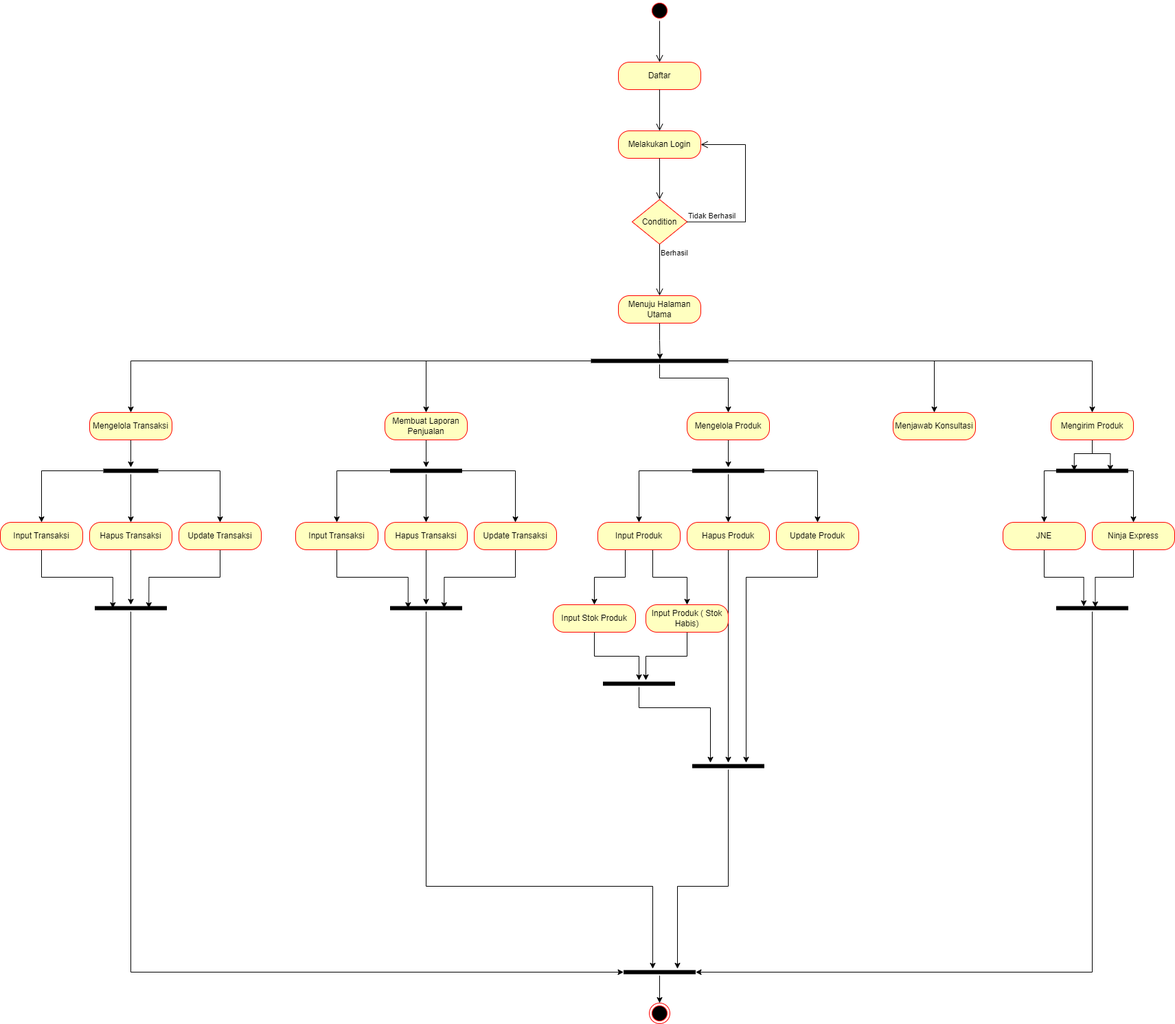
This is screenshot/Activity Diagram Admin.png from DONIHSAN/Project-RPL, a draw.io export, as it was before one commit. Source tidied: cells renumbered, new cells last; positions are measured from the earlier drawing's top-left corner, leaving out a move shared by most shapes.
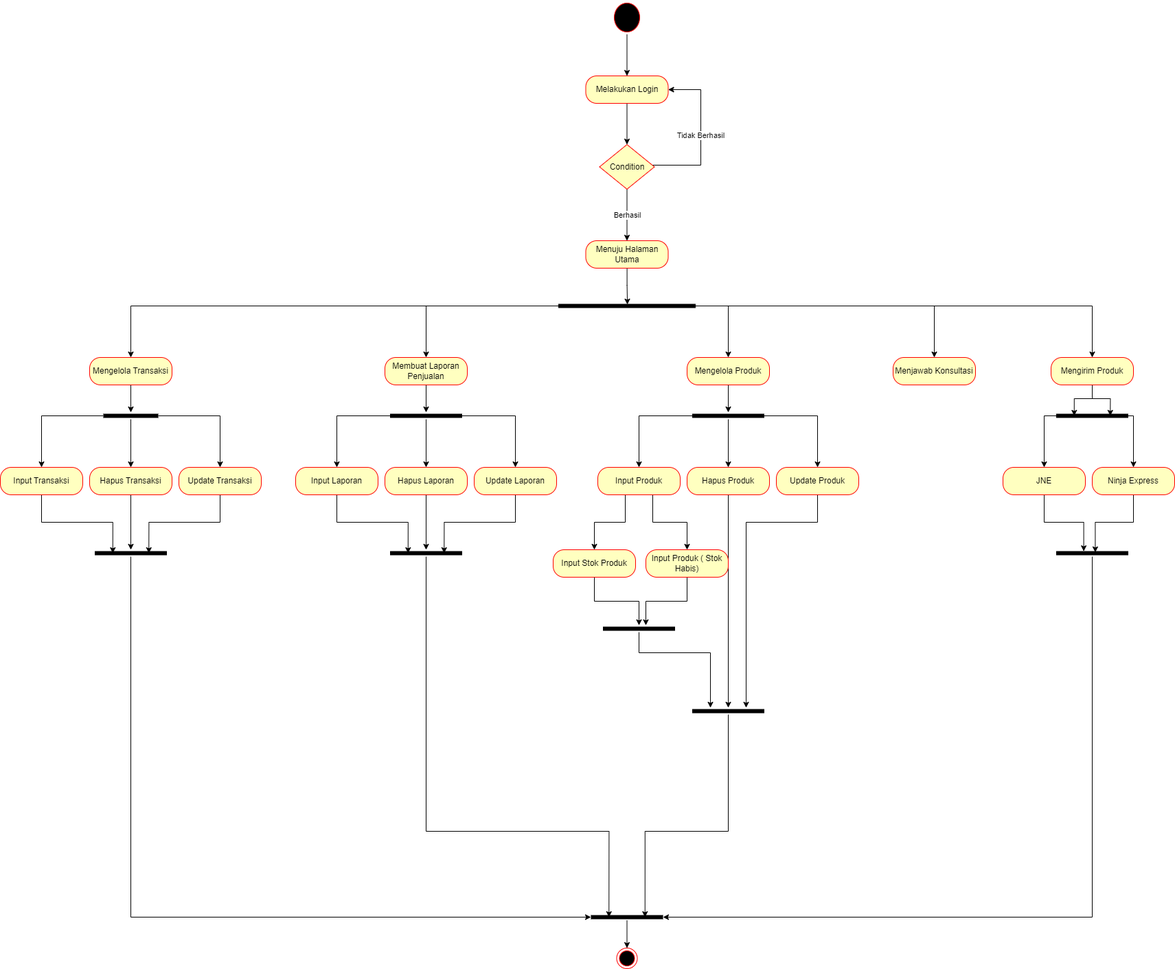
Later version of the same file.

What changed in the source:
```diff
@@ -2,14 +2,6 @@
   <root>
     <mxCell id="0" />
     <mxCell id="1" parent="0" />
-    <mxCell id="2" style="edgeStyle=orthogonalEdgeStyle;rounded=0;jettySize=auto;html=1;entryX=0.5;entryY=0;entryDx=0;entryDy=0;" parent="1" edge="1" source="7" target="38">
-      <mxGeometry relative="1" as="geometry">
-        <Array as="points">
-          <mxPoint x="960" y="550" />
-          <mxPoint x="1060" y="550" />
-        </Array>
-      </mxGeometry>
-    </mxCell>
     <mxCell id="3" style="edgeStyle=orthogonalEdgeStyle;rounded=0;jettySize=auto;html=1;entryX=0.5;entryY=0;entryDx=0;entryDy=0;" parent="1" edge="1" source="7" target="62">
       <mxGeometry relative="1" as="geometry" />
     </mxCell>
@@ -22,8 +14,15 @@
     <mxCell id="6" style="edgeStyle=orthogonalEdgeStyle;rounded=0;jettySize=auto;html=1;entryX=0.5;entryY=0;entryDx=0;entryDy=0;" parent="1" edge="1" source="7" target="9">
       <mxGeometry relative="1" as="geometry" />
     </mxCell>
+    <mxCell id="2" style="edgeStyle=orthogonalEdgeStyle;rounded=0;jettySize=auto;html=1;entryX=0.5;entryY=0;entryDx=0;entryDy=0;" parent="1" edge="1" source="7" target="38">
+      <mxGeometry relative="1" as="geometry">
+        <Array as="points">
+          <mxPoint x="1060" y="525" />
+        </Array>
+      </mxGeometry>
+    </mxCell>
     <mxCell id="7" style="shape=line;html=1;strokeWidth=6;strokeColor=#000000;" parent="1" vertex="1">
-      <mxGeometry x="860" y="520" width="200" height="10" as="geometry" />
+      <mxGeometry x="812.5" y="520" width="200" height="10" as="geometry" />
     </mxCell>
     <mxCell id="8" style="edgeStyle=orthogonalEdgeStyle;rounded=0;jettySize=auto;html=1;" parent="1" edge="1" source="9" target="16">
       <mxGeometry relative="1" as="geometry" />
@@ -31,7 +30,7 @@
     <mxCell id="9" value="Mengelola Transaksi" style="rounded=1;whiteSpace=wrap;html=1;arcSize=40;fontColor=#000000;fillColor=#ffffc0;strokeColor=#ff0000;" parent="1" vertex="1">
       <mxGeometry x="130" y="600" width="120" height="40" as="geometry" />
     </mxCell>
-    <mxCell id="10" value="Stok Habis" style="edgeStyle=orthogonalEdgeStyle;html=1;align=left;verticalAlign=bottom;endArrow=open;endSize=8;strokeColor=#000000;rounded=0;entryX=1;entryY=0.5;entryDx=0;entryDy=0;" parent="1" edge="1" source="x">
+    <mxCell id="10" value="Stok Habis" style="edgeStyle=orthogonalEdgeStyle;html=1;align=left;verticalAlign=bottom;endArrow=open;endSize=8;strokeColor=#000000;rounded=0;entryX=1;entryY=0.5;entryDx=0;entryDy=0;" parent="1" edge="1">
       <mxGeometry x="-1" relative="1" as="geometry">
         <mxPoint x="340" y="715" as="targetPoint" />
         <Array as="points">
@@ -120,13 +119,13 @@
         </Array>
       </mxGeometry>
     </mxCell>
-    <mxCell id="30" value="Input Transaksi" style="rounded=1;whiteSpace=wrap;html=1;arcSize=40;fontColor=#000000;fillColor=#ffffc0;strokeColor=#ff0000;" parent="1" vertex="1">
+    <mxCell id="30" value="Input Laporan" style="rounded=1;whiteSpace=wrap;html=1;arcSize=40;fontColor=#000000;fillColor=#ffffc0;strokeColor=#ff0000;" parent="1" vertex="1">
       <mxGeometry x="430" y="760" width="120" height="40" as="geometry" />
     </mxCell>
     <mxCell id="31" style="edgeStyle=orthogonalEdgeStyle;rounded=0;jettySize=auto;html=1;" parent="1" edge="1" source="32" target="36">
       <mxGeometry relative="1" as="geometry" />
     </mxCell>
-    <mxCell id="32" value="Hapus Transaksi" style="rounded=1;whiteSpace=wrap;html=1;arcSize=40;fontColor=#000000;fillColor=#ffffc0;strokeColor=#ff0000;" parent="1" vertex="1">
+    <mxCell id="32" value="Hapus Laporan" style="rounded=1;whiteSpace=wrap;html=1;arcSize=40;fontColor=#000000;fillColor=#ffffc0;strokeColor=#ff0000;" parent="1" vertex="1">
       <mxGeometry x="560" y="760" width="120" height="40" as="geometry" />
     </mxCell>
     <mxCell id="33" style="edgeStyle=orthogonalEdgeStyle;rounded=0;jettySize=auto;html=1;entryX=0.75;entryY=0.5;entryDx=0;entryDy=0;entryPerimeter=0;" parent="1" edge="1" source="34" target="36">
@@ -137,14 +136,14 @@
         </Array>
       </mxGeometry>
     </mxCell>
-    <mxCell id="34" value="Update Transaksi" style="rounded=1;whiteSpace=wrap;html=1;arcSize=40;fontColor=#000000;fillColor=#ffffc0;strokeColor=#ff0000;" parent="1" vertex="1">
+    <mxCell id="34" value="Update Laporan" style="rounded=1;whiteSpace=wrap;html=1;arcSize=40;fontColor=#000000;fillColor=#ffffc0;strokeColor=#ff0000;" parent="1" vertex="1">
       <mxGeometry x="690" y="760" width="120" height="40" as="geometry" />
     </mxCell>
-    <mxCell id="35" style="edgeStyle=orthogonalEdgeStyle;rounded=0;jettySize=auto;html=1;" parent="1" edge="1" source="36" target="74">
+    <mxCell id="35" style="edgeStyle=orthogonalEdgeStyle;rounded=0;jettySize=auto;html=1;entryX=0.25;entryY=0.5;entryDx=0;entryDy=0;entryPerimeter=0;" parent="1" edge="1" source="36" target="74">
       <mxGeometry relative="1" as="geometry">
         <Array as="points">
           <mxPoint x="620" y="1290" />
-          <mxPoint x="950" y="1290" />
+          <mxPoint x="886" y="1290" />
         </Array>
       </mxGeometry>
     </mxCell>
@@ -230,15 +229,14 @@
     <mxCell id="55" style="shape=line;html=1;strokeWidth=6;strokeColor=#000000;" parent="1" vertex="1">
       <mxGeometry x="877.5" y="990" width="105" height="10" as="geometry" />
     </mxCell>
-    <mxCell id="56" style="edgeStyle=orthogonalEdgeStyle;rounded=0;jettySize=auto;html=1;" parent="1" edge="1" source="57">
-      <mxGeometry relative="1" as="geometry">
-        <mxPoint x="986" y="1410" as="targetPoint" />
-        <Array as="points">
-          <mxPoint x="1060" y="1290" />
-          <mxPoint x="986" y="1290" />
-        </Array>
-      </mxGeometry>
-    </mxCell>
+    <mxCell id="85" style="edgeStyle=orthogonalEdgeStyle;rounded=0;jettySize=auto;html=1;entryX=0.75;entryY=0.5;entryDx=0;entryDy=0;entryPerimeter=0;" parent="1" edge="1" source="57" target="74">
+      <mxGeometry relative="1" as="geometry">
+        <Array as="points">
+          <mxPoint x="1060" y="1290" />
+          <mxPoint x="939" y="1290" />
+        </Array>
+      </mxGeometry>
+    </mxCell>
     <mxCell id="57" style="shape=line;html=1;strokeWidth=6;strokeColor=#000000;" parent="1" vertex="1">
       <mxGeometry x="1007.5" y="1110" width="105" height="10" as="geometry" />
     </mxCell>
@@ -297,56 +295,42 @@
       <mxGeometry x="1537.5" y="880" width="105" height="10" as="geometry" />
     </mxCell>
     <mxCell id="72" style="ellipse;html=1;shape=endState;fillColor=#000000;strokeColor=#ff0000;" parent="1" vertex="1">
-      <mxGeometry x="945" y="1460" width="30" height="30" as="geometry" />
+      <mxGeometry x="897.5" y="1460" width="30" height="30" as="geometry" />
     </mxCell>
     <mxCell id="73" style="edgeStyle=orthogonalEdgeStyle;rounded=0;jettySize=auto;html=1;entryX=0.5;entryY=0;entryDx=0;entryDy=0;" parent="1" edge="1" source="74" target="72">
       <mxGeometry relative="1" as="geometry" />
     </mxCell>
     <mxCell id="74" style="shape=line;html=1;strokeWidth=6;strokeColor=#000000;" parent="1" vertex="1">
-      <mxGeometry x="907.5" y="1410" width="105" height="10" as="geometry" />
+      <mxGeometry x="860" y="1410" width="105" height="10" as="geometry" />
     </mxCell>
+    <mxCell id="86" style="edgeStyle=orthogonalEdgeStyle;rounded=0;jettySize=auto;html=1;entryX=0.5;entryY=0;entryDx=0;entryDy=0;" parent="1" edge="1" source="75" target="79">
+      <mxGeometry relative="1" as="geometry" />
+    </mxCell>
-    <mxCell id="75" style="ellipse;html=1;shape=startState;fillColor=#000000;strokeColor=#ff0000;" parent="1" vertex="1">
-      <mxGeometry x="945" width="30" height="30" as="geometry" />
+    <mxCell id="75" value="Start" style="ellipse;html=1;shape=startState;fillColor=#000000;strokeColor=#ff0000;" parent="1" vertex="1">
+      <mxGeometry x="890" y="80" width="45" height="50" as="geometry" />
     </mxCell>
-    <mxCell id="76" style="edgeStyle=orthogonalEdgeStyle;html=1;verticalAlign=bottom;endArrow=open;endSize=8;strokeColor=#000000;rounded=0;" parent="1" edge="1" source="75">
-      <mxGeometry relative="1" as="geometry">
-        <mxPoint x="960" y="90" as="targetPoint" />
-      </mxGeometry>
-    </mxCell>
-    <mxCell id="77" value="Daftar" style="rounded=1;whiteSpace=wrap;html=1;arcSize=40;fontColor=#000000;fillColor=#ffffc0;strokeColor=#ff0000;" parent="1" vertex="1">
-      <mxGeometry x="900" y="90" width="120" height="40" as="geometry" />
-    </mxCell>
-    <mxCell id="78" style="edgeStyle=orthogonalEdgeStyle;html=1;verticalAlign=bottom;endArrow=open;endSize=8;strokeColor=#000000;rounded=0;" parent="1" edge="1" source="77">
-      <mxGeometry relative="1" as="geometry">
-        <mxPoint x="960" y="190" as="targetPoint" />
-      </mxGeometry>
-    </mxCell>
+    <mxCell id="87" style="edgeStyle=orthogonalEdgeStyle;rounded=0;jettySize=auto;html=1;entryX=0.5;entryY=0;entryDx=0;entryDy=0;" parent="1" edge="1" source="79" target="81">
+      <mxGeometry relative="1" as="geometry" />
+    </mxCell>
     <mxCell id="79" value="Melakukan Login" style="rounded=1;whiteSpace=wrap;html=1;arcSize=40;fontColor=#000000;fillColor=#ffffc0;strokeColor=#ff0000;" parent="1" vertex="1">
-      <mxGeometry x="900" y="190" width="120" height="40" as="geometry" />
+      <mxGeometry x="852.5" y="190" width="120" height="40" as="geometry" />
     </mxCell>
-    <mxCell id="80" style="edgeStyle=orthogonalEdgeStyle;html=1;verticalAlign=bottom;endArrow=open;endSize=8;strokeColor=#000000;rounded=0;" parent="1" edge="1" source="79">
-      <mxGeometry relative="1" as="geometry">
-        <mxPoint x="960" y="290" as="targetPoint" />
-      </mxGeometry>
-    </mxCell>
-    <mxCell id="81" value="Condition" style="rhombus;whiteSpace=wrap;html=1;fillColor=#ffffc0;strokeColor=#ff0000;" parent="1" vertex="1">
-      <mxGeometry x="920" y="290" width="80" height="65" as="geometry" />
-    </mxCell>
-    <mxCell id="82" value="Tidak Berhasil" style="edgeStyle=orthogonalEdgeStyle;html=1;align=left;verticalAlign=bottom;endArrow=open;endSize=8;strokeColor=#000000;rounded=0;" parent="1" edge="1" source="81" target="79">
-      <mxGeometry x="-1" relative="1" as="geometry">
+    <mxCell id="82" value="Tidak Berhasil" style="edgeStyle=orthogonalEdgeStyle;rounded=0;jettySize=auto;html=1;entryX=1;entryY=0.5;entryDx=0;entryDy=0;" parent="1" edge="1" source="81" target="79">
+      <mxGeometry relative="1" as="geometry">
         <Array as="points">
-          <mxPoint x="1085" y="323" />
-          <mxPoint x="1085" y="210" />
+          <mxPoint x="1020" y="320" />
+          <mxPoint x="1020" y="210" />
         </Array>
       </mxGeometry>
     </mxCell>
-    <mxCell id="83" value="Berhasil" style="edgeStyle=orthogonalEdgeStyle;html=1;align=left;verticalAlign=top;endArrow=open;endSize=8;strokeColor=#000000;rounded=0;" parent="1" edge="1" source="81">
-      <mxGeometry x="-1" relative="1" as="geometry">
-        <mxPoint x="960" y="430" as="targetPoint" />
-      </mxGeometry>
+    <mxCell id="83" value="Berhasil" style="edgeStyle=orthogonalEdgeStyle;rounded=0;jettySize=auto;html=1;entryX=0.5;entryY=0;entryDx=0;entryDy=0;" parent="1" edge="1" source="81" target="84">
+      <mxGeometry relative="1" as="geometry" />
     </mxCell>
+    <mxCell id="81" value="Condition" style="rhombus;whiteSpace=wrap;html=1;fillColor=#ffffc0;strokeColor=#ff0000;" parent="1" vertex="1">
+      <mxGeometry x="872.5" y="290" width="80" height="65" as="geometry" />
+    </mxCell>
     <mxCell id="84" value="Menuju Halaman Utama" style="rounded=1;whiteSpace=wrap;html=1;arcSize=40;fontColor=#000000;fillColor=#ffffc0;strokeColor=#ff0000;" parent="1" vertex="1">
-      <mxGeometry x="900" y="430" width="120" height="40" as="geometry" />
+      <mxGeometry x="852.5" y="430" width="120" height="40" as="geometry" />
     </mxCell>
   </root>
 </mxGraphModel>
```
